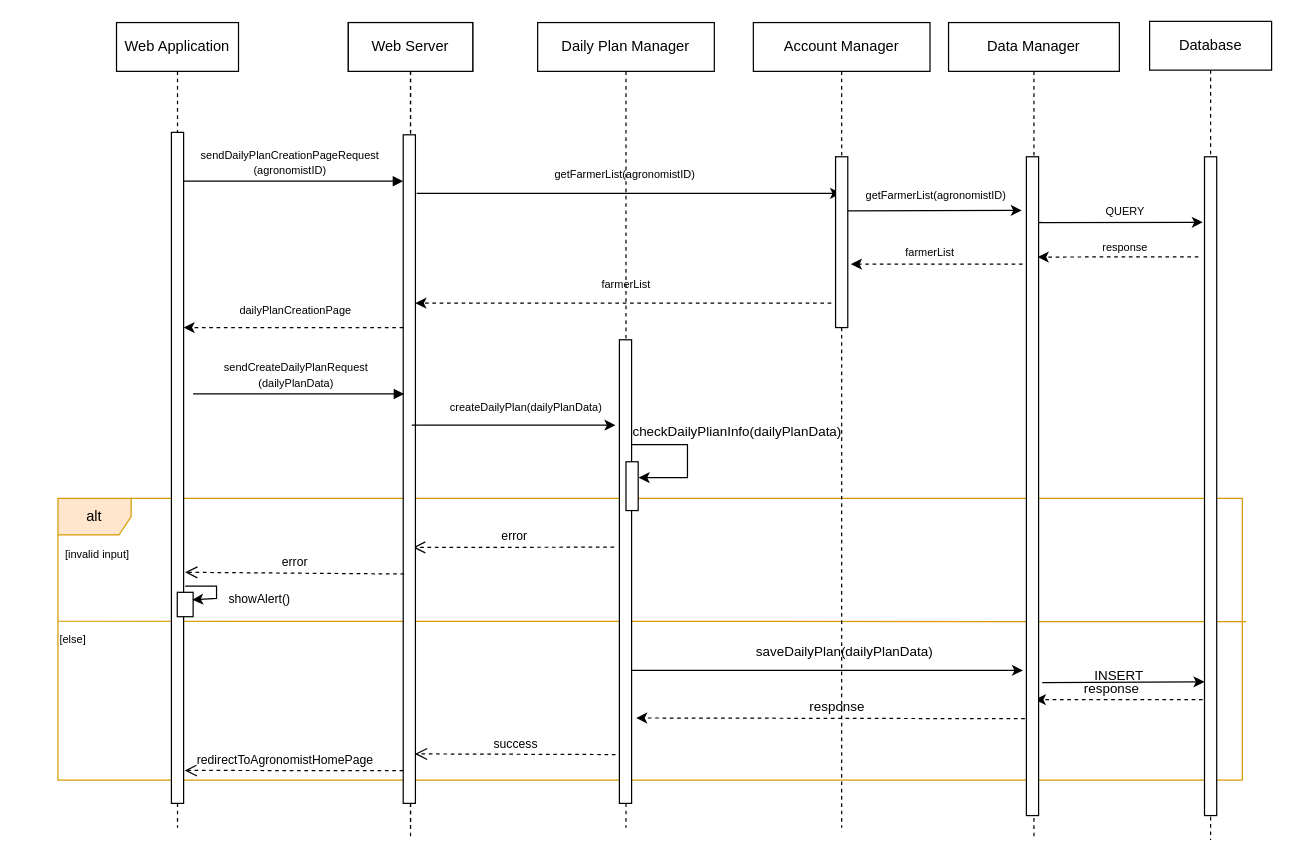
Before: page "A-CreateDP-UC3" (3 of 18) of DD/UML/Runtime.drawio in ictar/DREAM-SE2-Project-2022, a draw.io diagram. Source tidied: cells renumbered, new cells numbered last; positions are measured from the earlier drawing's top-left corner, leaving out a move shared by most shapes. Both pictures are drawn from the tidied source at 122%, with x=0, y=0 at pixel (21, 21).
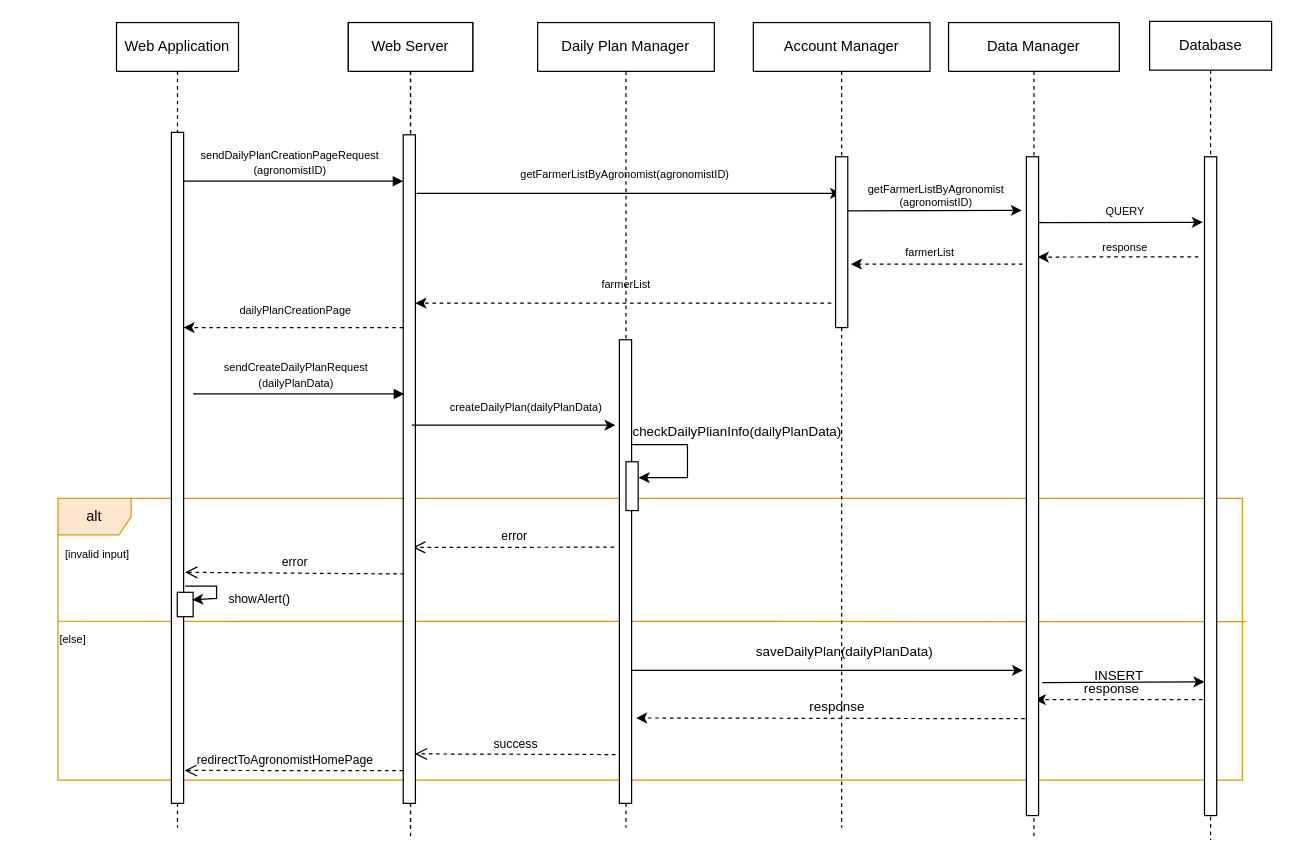
Above is the later version.

Change to the diagram source:
```diff
@@
-    <mxCell id="35" value="getFarmerList(agronomistID)" style="text;html=1;strokeColor=none;fillColor=none;align=center;verticalAlign=middle;whiteSpace=wrap;rounded=0;labelBackgroundColor=none;fontFamily=Helvetica;fontSize=9;" parent="1" vertex="1">
+    <mxCell id="35" value="getFarmerListByAgronomist(agronomistID)" style="text;html=1;strokeColor=none;fillColor=none;align=center;verticalAlign=middle;whiteSpace=wrap;rounded=0;labelBackgroundColor=none;fontFamily=Helvetica;fontSize=9;" parent="1" vertex="1">
       <mxGeometry x="465.2" y="111" width="60" height="30" as="geometry" />
     </mxCell>
-    <mxCell id="36" value="getFarmerList(agronomistID)" style="text;html=1;strokeColor=none;fillColor=none;align=center;verticalAlign=middle;whiteSpace=wrap;rounded=0;labelBackgroundColor=none;fontFamily=Helvetica;fontSize=9;" parent="1" vertex="1">
+    <mxCell id="36" value="getFarmerListByAgronomist&lt;br&gt;(agronomistID)" style="text;html=1;strokeColor=none;fillColor=none;align=center;verticalAlign=middle;whiteSpace=wrap;rounded=0;labelBackgroundColor=none;fontFamily=Helvetica;fontSize=9;" parent="1" vertex="1">
       <mxGeometry x="720" y="128" width="60" height="30" as="geometry" />
     </mxCell>
```
